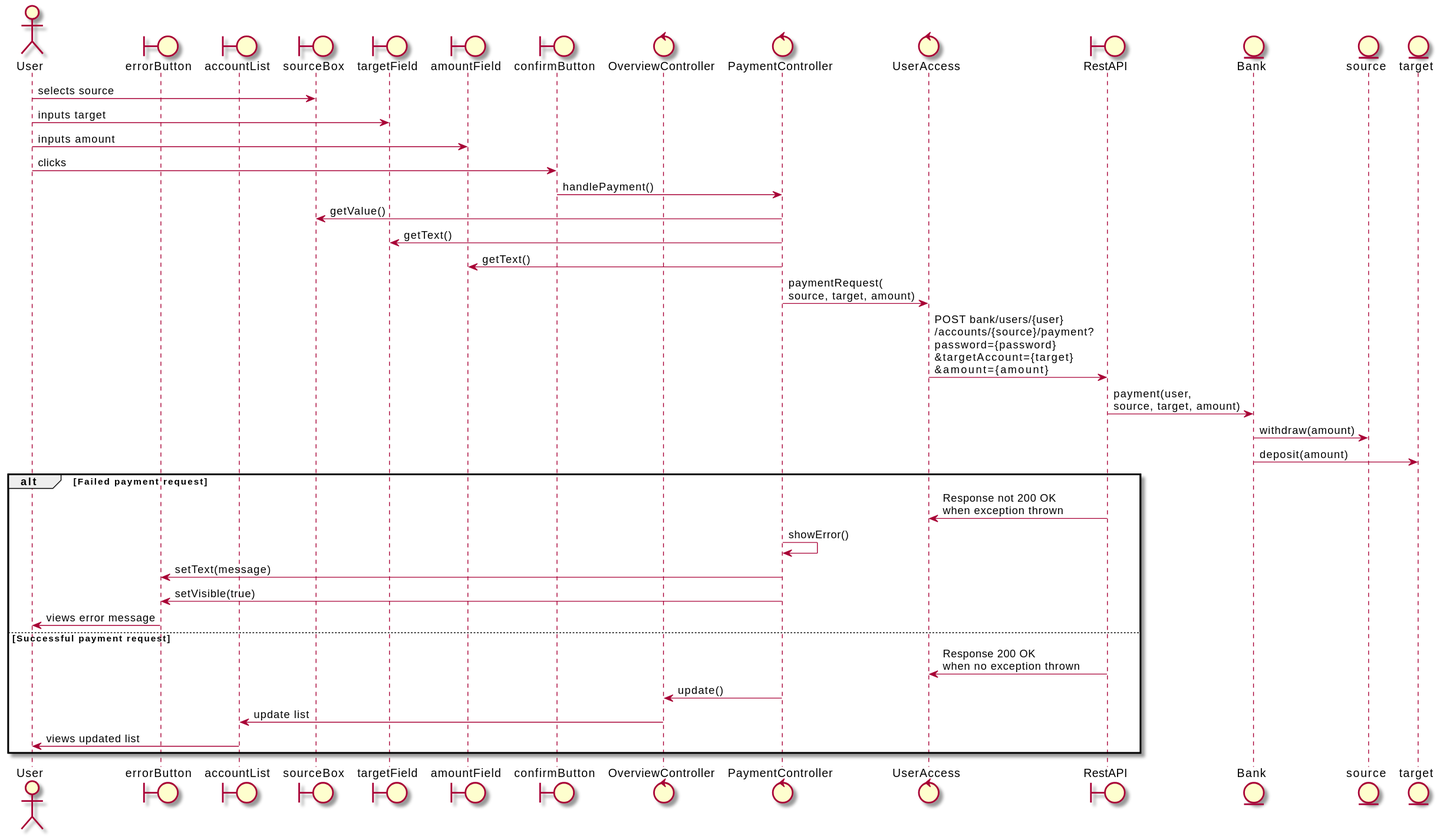
Above: diagrams/svg/payment.svg in aimarchirico/bankfx (PlantUML), before the change.
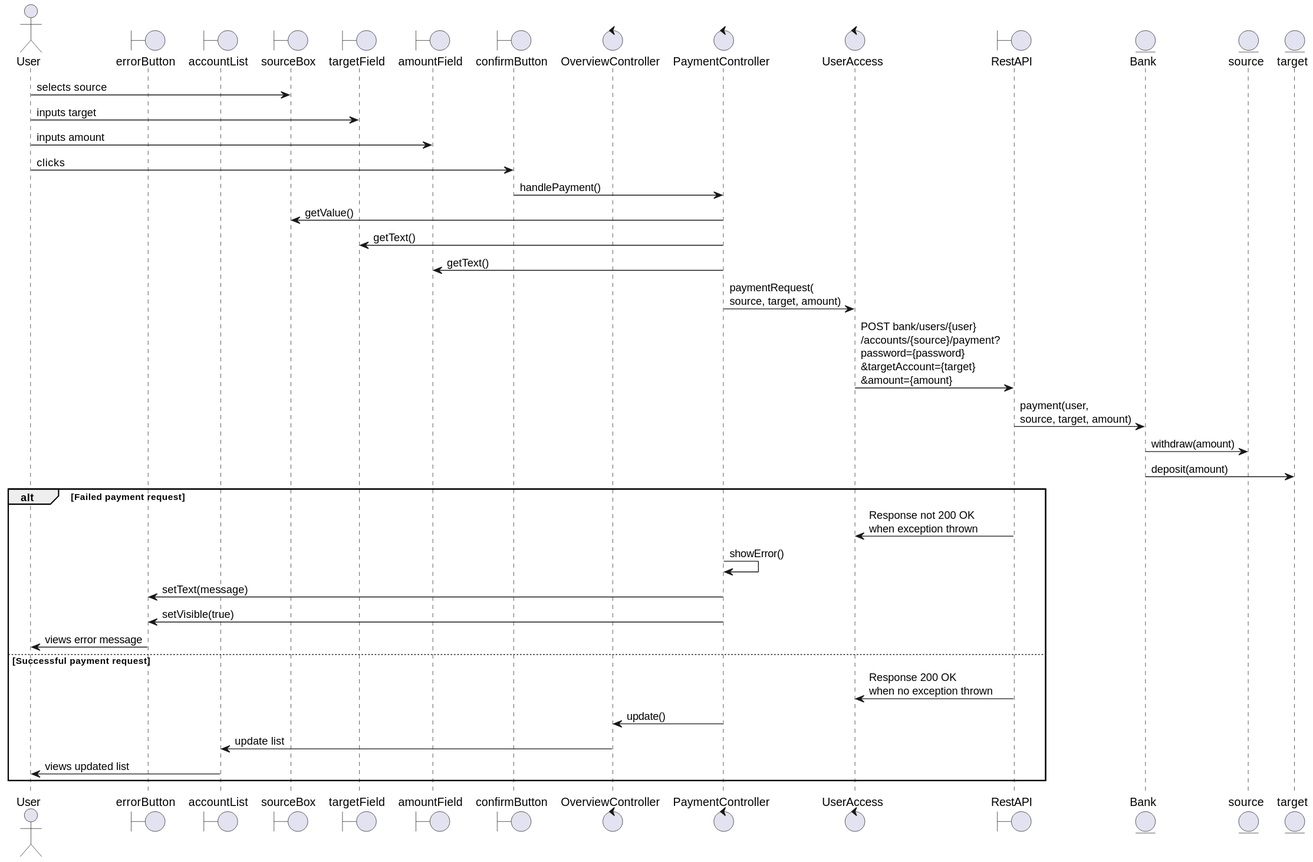
The same file after the commit.

Change to the diagram source:
```diff
@@ -1,4 +1,4 @@
-@startuml payment
+@startuml
 actor User
 boundary errorButton
 boundary accountList
```
